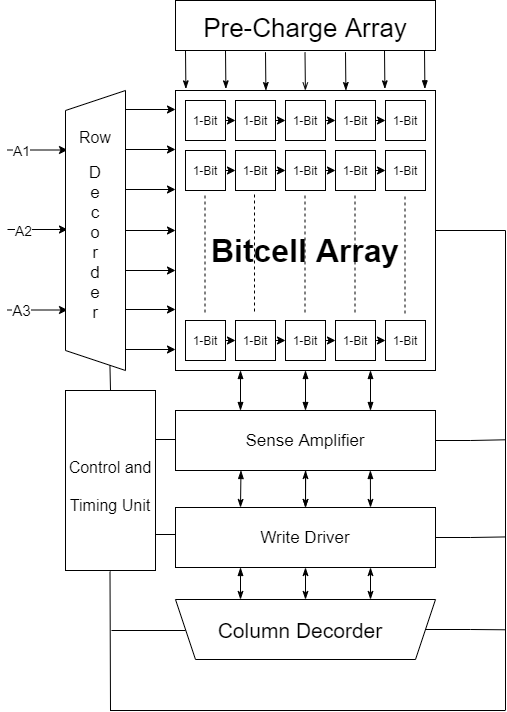
Khadgaray/6T_SRAM keeps this draw.io diagram as Images/6T_SRAM_Architecture.png. Above is the earlier version. Source tidied: cells renumbered, new cells last; positions are measured from the earlier drawing's top-left corner, leaving out a move shared by most shapes.
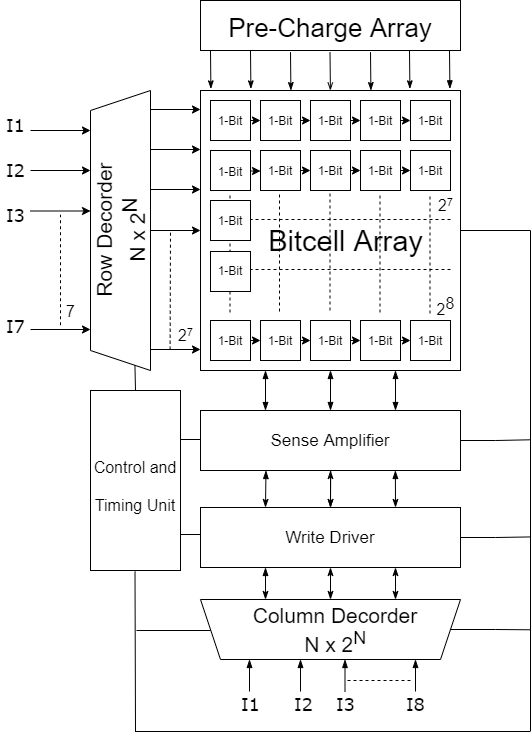
Above is the later version.

Change to the diagram source:
```diff
@@ -74,12 +74,6 @@
         <mxPoint x="220" y="210" as="targetPoint" />
       </mxGeometry>
     </mxCell>
-    <mxCell id="22" style="endArrow=none;dashed=1;html=1;" parent="1" edge="1">
-      <mxGeometry relative="1" as="geometry">
-        <mxPoint x="349.5" y="312" as="sourcePoint" />
-        <mxPoint x="349.5" y="192" as="targetPoint" />
-      </mxGeometry>
-    </mxCell>
     <mxCell id="23" style="endArrow=none;dashed=1;html=1;" parent="1" edge="1">
       <mxGeometry relative="1" as="geometry">
         <mxPoint x="299" y="311" as="sourcePoint" />
@@ -102,7 +96,7 @@
       <mxGeometry relative="1" as="geometry" />
     </mxCell>
     <mxCell id="29" value="1-Bit" style="text;html=1;strokeColor=none;fillColor=none;align=center;verticalAlign=middle;whiteSpace=wrap;rounded=0;" parent="1" vertex="1">
-      <mxGeometry x="230" y="160" width="40" height="20" as="geometry" />
+      <mxGeometry x="230" y="161" width="40" height="19" as="geometry" />
     </mxCell>
     <mxCell id="30" style="edgeStyle=orthogonalEdgeStyle;rounded=0;jettySize=auto;html=1;exitX=1;exitY=0.5;exitDx=0;exitDy=0;entryX=0;entryY=0.5;entryDx=0;entryDy=0;" parent="1" edge="1" source="31" target="38">
       <mxGeometry relative="1" as="geometry" />
@@ -191,18 +185,6 @@
         <mxPoint x="170" y="230" as="targetPoint" />
       </mxGeometry>
     </mxCell>
-    <mxCell id="55" style="endArrow=none;startArrow=classic;html=1;endFill=0;" parent="1" edge="1">
-      <mxGeometry relative="1" as="geometry">
-        <mxPoint x="220" y="270" as="sourcePoint" />
-        <mxPoint x="170" y="270" as="targetPoint" />
-      </mxGeometry>
-    </mxCell>
-    <mxCell id="56" style="endArrow=none;startArrow=classic;html=1;endFill=0;" parent="1" edge="1">
-      <mxGeometry relative="1" as="geometry">
-        <mxPoint x="220" y="309" as="sourcePoint" />
-        <mxPoint x="170" y="309" as="targetPoint" />
-      </mxGeometry>
-    </mxCell>
     <mxCell id="57" style="endArrow=none;startArrow=classic;html=1;endFill=0;" parent="1" edge="1">
       <mxGeometry relative="1" as="geometry">
         <mxPoint x="220" y="349" as="sourcePoint" />
@@ -211,31 +193,22 @@
     </mxCell>
     <mxCell id="58" style="endArrow=classic;html=1;" parent="1" edge="1">
       <mxGeometry relative="1" as="geometry">
-        <mxPoint x="52" y="149.5" as="sourcePoint" />
-        <mxPoint x="112" y="149.5" as="targetPoint" />
+        <mxPoint x="50" y="130" as="sourcePoint" />
+        <mxPoint x="110" y="130" as="targetPoint" />
       </mxGeometry>
     </mxCell>
-    <mxCell id="59" value="&lt;font style=&quot;font-size: 14px&quot;&gt;A1&lt;/font&gt;" style="edgeLabel;html=1;align=center;verticalAlign=middle;fontSize=14;" parent="58" vertex="1">
-      <mxGeometry x="-0.57" relative="1" as="geometry" />
-    </mxCell>
     <mxCell id="60" style="endArrow=classic;html=1;" parent="1" edge="1">
       <mxGeometry relative="1" as="geometry">
-        <mxPoint x="52" y="229" as="sourcePoint" />
-        <mxPoint x="112" y="229" as="targetPoint" />
+        <mxPoint x="50" y="170" as="sourcePoint" />
+        <mxPoint x="110" y="170" as="targetPoint" />
       </mxGeometry>
     </mxCell>
-    <mxCell id="61" value="&lt;font style=&quot;font-size: 14px&quot;&gt;A2&lt;/font&gt;" style="edgeLabel;html=1;align=center;verticalAlign=middle;" parent="60" vertex="1">
-      <mxGeometry x="-0.51" relative="1" as="geometry" />
-    </mxCell>
     <mxCell id="62" style="endArrow=classic;html=1;" parent="1" edge="1">
       <mxGeometry relative="1" as="geometry">
-        <mxPoint x="52" y="309.5" as="sourcePoint" />
-        <mxPoint x="112" y="309.5" as="targetPoint" />
+        <mxPoint x="50" y="210.5" as="sourcePoint" />
+        <mxPoint x="110" y="210.5" as="targetPoint" />
       </mxGeometry>
     </mxCell>
-    <mxCell id="63" value="&lt;font style=&quot;font-size: 15px&quot;&gt;A3&lt;/font&gt;" style="edgeLabel;html=1;align=center;verticalAlign=middle;fontSize=15;" parent="62" vertex="1">
-      <mxGeometry x="-0.57" relative="1" as="geometry" />
-    </mxCell>
     <mxCell id="64" style="edgeStyle=orthogonalEdgeStyle;rounded=0;jettySize=auto;html=1;exitX=0.25;exitY=0;exitDx=0;exitDy=0;entryX=0.25;entryY=1;entryDx=0;entryDy=0;fontSize=14;endArrow=blockThin;endFill=1;startArrow=blockThin;startFill=1;" parent="1" edge="1" source="69" target="2">
       <mxGeometry relative="1" as="geometry" />
     </mxCell>
@@ -276,15 +249,9 @@
     <mxCell id="75" style="shape=trapezoid;perimeter=trapezoidPerimeter;whiteSpace=wrap;html=1;fixedSize=1;fontSize=14;rotation=-90;" parent="1" vertex="1">
       <mxGeometry y="200" width="280" height="60" as="geometry" />
     </mxCell>
-    <mxCell id="76" value="&lt;font style=&quot;font-size: 21px&quot;&gt;Column Decorder&lt;/font&gt;" style="text;html=1;strokeColor=none;fillColor=none;align=center;verticalAlign=middle;whiteSpace=wrap;rounded=0;fontSize=14;" parent="1" vertex="1">
-      <mxGeometry x="260" y="620.5" width="170" height="19" as="geometry" />
+    <mxCell id="76" value="&lt;font style=&quot;font-size: 21px&quot;&gt;Column Decorder N x 2&lt;sup&gt;N&lt;/sup&gt;&lt;/font&gt;" style="text;html=1;strokeColor=none;fillColor=none;align=center;verticalAlign=middle;whiteSpace=wrap;rounded=0;fontSize=14;" parent="1" vertex="1">
+      <mxGeometry x="270" y="619.5" width="170" height="19" as="geometry" />
     </mxCell>
-    <mxCell id="77" value="&lt;font style=&quot;font-size: 16px&quot;&gt;Row&lt;/font&gt;&lt;br&gt;&lt;br&gt;&lt;font style=&quot;font-size: 17px&quot;&gt;D&lt;br&gt;e&lt;br&gt;c&lt;br&gt;o&lt;br&gt;r&lt;br&gt;d&lt;br&gt;e&lt;br&gt;r&lt;/font&gt;" style="text;html=1;strokeColor=none;fillColor=none;align=center;verticalAlign=middle;whiteSpace=wrap;rounded=0;fontSize=14;" parent="1" vertex="1">
-      <mxGeometry x="110" y="110" width="60" height="230" as="geometry" />
-    </mxCell>
-    <mxCell id="78" value="Bitcell Array" style="text;html=1;strokeColor=none;fillColor=none;align=center;verticalAlign=middle;whiteSpace=wrap;rounded=0;fontSize=32;fontStyle=1;" parent="1" vertex="1">
-      <mxGeometry x="220" y="200" width="260" height="100" as="geometry" />
-    </mxCell>
     <mxCell id="79" style="rounded=0;whiteSpace=wrap;html=1;fontSize=32;" parent="1" vertex="1">
       <mxGeometry x="110" y="390" width="90" height="180" as="geometry" />
     </mxCell>
@@ -308,19 +275,19 @@
     </mxCell>
     <mxCell id="84" style="endArrow=none;html=1;fontSize=32;" parent="1" edge="1">
       <mxGeometry relative="1" as="geometry">
-        <mxPoint x="155" y="710" as="sourcePoint" />
+        <mxPoint x="155" y="731" as="sourcePoint" />
         <mxPoint x="154.5" y="571" as="targetPoint" />
       </mxGeometry>
     </mxCell>
     <mxCell id="85" style="endArrow=none;html=1;fontSize=32;" parent="1" edge="1">
       <mxGeometry relative="1" as="geometry">
-        <mxPoint x="154.5" y="710" as="sourcePoint" />
-        <mxPoint x="549.5" y="710" as="targetPoint" />
+        <mxPoint x="154.5" y="731" as="sourcePoint" />
+        <mxPoint x="549.5" y="731" as="targetPoint" />
       </mxGeometry>
     </mxCell>
     <mxCell id="86" style="endArrow=none;html=1;fontSize=32;" parent="1" edge="1">
       <mxGeometry relative="1" as="geometry">
-        <mxPoint x="550" y="710" as="sourcePoint" />
+        <mxPoint x="550" y="731" as="sourcePoint" />
         <mxPoint x="550" y="230" as="targetPoint" />
       </mxGeometry>
     </mxCell>
@@ -403,5 +370,124 @@
         <mxPoint x="230" y="630" as="targetPoint" />
       </mxGeometry>
     </mxCell>
+    <mxCell id="102" style="rounded=0;whiteSpace=wrap;html=1;" parent="1" vertex="1">
+      <mxGeometry x="230" y="200" width="40" height="40" as="geometry" />
+    </mxCell>
+    <mxCell id="103" style="rounded=0;whiteSpace=wrap;html=1;" parent="1" vertex="1">
+      <mxGeometry x="230" y="251" width="40" height="40" as="geometry" />
+    </mxCell>
+    <mxCell id="104" value="1-Bit" style="text;html=1;strokeColor=none;fillColor=none;align=center;verticalAlign=middle;whiteSpace=wrap;rounded=0;" parent="1" vertex="1">
+      <mxGeometry x="230" y="210.5" width="40" height="19" as="geometry" />
+    </mxCell>
+    <mxCell id="105" value="1-Bit" style="text;html=1;strokeColor=none;fillColor=none;align=center;verticalAlign=middle;whiteSpace=wrap;rounded=0;" parent="1" vertex="1">
+      <mxGeometry x="230" y="260" width="40" height="19" as="geometry" />
+    </mxCell>
+    <mxCell id="106" style="endArrow=none;dashed=1;html=1;" parent="1" edge="1">
+      <mxGeometry relative="1" as="geometry">
+        <mxPoint x="349.5" y="310" as="sourcePoint" />
+        <mxPoint x="349.5" y="190" as="targetPoint" />
+      </mxGeometry>
+    </mxCell>
+    <mxCell id="78" value="&lt;font style=&quot;font-size: 29px;&quot;&gt;Bitcell Array&lt;/font&gt;" style="text;html=1;align=center;verticalAlign=middle;strokeColor=none;fillColor=none;fontSize=29;" parent="1" vertex="1">
+      <mxGeometry x="280" y="220" width="170" height="40" as="geometry" />
+    </mxCell>
+    <mxCell id="107" style="endArrow=none;dashed=1;html=1;" parent="1" edge="1">
+      <mxGeometry relative="1" as="geometry">
+        <mxPoint x="470" y="219" as="sourcePoint" />
+        <mxPoint x="270" y="219" as="targetPoint" />
+      </mxGeometry>
+    </mxCell>
+    <mxCell id="108" style="endArrow=none;dashed=1;html=1;" parent="1" edge="1">
+      <mxGeometry relative="1" as="geometry">
+        <mxPoint x="470" y="269" as="sourcePoint" />
+        <mxPoint x="270" y="269" as="targetPoint" />
+      </mxGeometry>
+    </mxCell>
+    <mxCell id="109" value="2&lt;span style=&quot;font-size: 16px;&quot;&gt;&lt;sup style=&quot;font-size: 16px;&quot;&gt;8&lt;/sup&gt;&lt;/span&gt;" style="text;html=1;align=center;verticalAlign=middle;strokeColor=none;fillColor=none;fontSize=16;" parent="1" vertex="1">
+      <mxGeometry x="450" y="291" width="30" height="30" as="geometry" />
+    </mxCell>
+    <mxCell id="110" value="2&lt;span style=&quot;font-size: 13.3333px&quot;&gt;&lt;sup&gt;7&lt;/sup&gt;&lt;/span&gt;" style="text;html=1;align=center;verticalAlign=middle;strokeColor=none;fillColor=none;fontSize=16;" parent="1" vertex="1">
+      <mxGeometry x="450" y="190" width="30" height="30" as="geometry" />
+    </mxCell>
+    <mxCell id="111" style="endArrow=none;dashed=1;html=1;" parent="1" edge="1">
+      <mxGeometry relative="1" as="geometry">
+        <mxPoint x="80" y="324.8" as="sourcePoint" />
+        <mxPoint x="80" y="214.2" as="targetPoint" />
+      </mxGeometry>
+    </mxCell>
+    <mxCell id="112" style="endArrow=classic;html=1;" parent="1" edge="1">
+      <mxGeometry relative="1" as="geometry">
+        <mxPoint x="50" y="329" as="sourcePoint" />
+        <mxPoint x="110" y="329" as="targetPoint" />
+      </mxGeometry>
+    </mxCell>
+    <mxCell id="113" value="7" style="text;html=1;align=center;verticalAlign=middle;strokeColor=none;fillColor=none;fontSize=16;" parent="1" vertex="1">
+      <mxGeometry x="80" y="301" width="20" height="20" as="geometry" />
+    </mxCell>
+    <mxCell id="114" style="endArrow=none;dashed=1;html=1;exitX=-0.013;exitY=0.973;exitDx=0;exitDy=0;exitPerimeter=0;" parent="1" edge="1" source="115">
+      <mxGeometry relative="1" as="geometry">
+        <mxPoint x="190" y="229.5" as="targetPoint" />
+      </mxGeometry>
+    </mxCell>
+    <mxCell id="115" value="2&lt;span style=&quot;font-size: 13.3333px&quot;&gt;&lt;sup&gt;7&lt;/sup&gt;&lt;/span&gt;" style="text;html=1;align=center;verticalAlign=middle;points=[];strokeColor=none;fillColor=none;fontSize=16;" parent="1" vertex="1">
+      <mxGeometry x="190" y="320" width="30" height="30" as="geometry" />
+    </mxCell>
+    <mxCell id="116" value="Row Decorder&lt;br style=&quot;font-size: 21px&quot;&gt;N x 2&lt;sup style=&quot;font-size: 21px&quot;&gt;N&lt;/sup&gt;" style="text;html=1;align=center;verticalAlign=middle;strokeColor=none;fillColor=none;fontSize=21;rotation=-90;" parent="1" vertex="1">
+      <mxGeometry x="65" y="200" width="150" height="60" as="geometry" />
+    </mxCell>
+    <mxCell id="117" value="I1" style="text;html=1;align=center;verticalAlign=middle;strokeColor=none;fillColor=none;fontSize=18;fontFamily=Verdana;" parent="1" vertex="1">
+      <mxGeometry x="20" y="110" width="30" height="30" as="geometry" />
+    </mxCell>
+    <mxCell id="118" value="I2" style="text;html=1;align=center;verticalAlign=middle;strokeColor=none;fillColor=none;fontSize=18;fontFamily=Verdana;" parent="1" vertex="1">
+      <mxGeometry x="20" y="155" width="30" height="30" as="geometry" />
+    </mxCell>
+    <mxCell id="119" value="I3" style="text;html=1;align=center;verticalAlign=middle;strokeColor=none;fillColor=none;fontSize=18;fontFamily=Verdana;" parent="1" vertex="1">
+      <mxGeometry x="20" y="199.5" width="30" height="30" as="geometry" />
+    </mxCell>
+    <mxCell id="120" value="I7" style="text;html=1;align=center;verticalAlign=middle;strokeColor=none;fillColor=none;fontSize=18;fontFamily=Verdana;" parent="1" vertex="1">
+      <mxGeometry x="20" y="311" width="30" height="30" as="geometry" />
+    </mxCell>
+    <mxCell id="121" value="I1" style="text;html=1;align=center;verticalAlign=middle;strokeColor=none;fillColor=none;fontSize=18;fontFamily=Verdana;" parent="1" vertex="1">
+      <mxGeometry x="255" y="689" width="30" height="30" as="geometry" />
+    </mxCell>
+    <mxCell id="122" value="I2" style="text;html=1;align=center;verticalAlign=middle;strokeColor=none;fillColor=none;fontSize=18;fontFamily=Verdana;" parent="1" vertex="1">
+      <mxGeometry x="308" y="689" width="30" height="30" as="geometry" />
+    </mxCell>
+    <mxCell id="123" value="I3" style="text;html=1;align=center;verticalAlign=middle;strokeColor=none;fillColor=none;fontSize=18;fontFamily=Verdana;" parent="1" vertex="1">
+      <mxGeometry x="350" y="689" width="30" height="30" as="geometry" />
+    </mxCell>
+    <mxCell id="124" value="I8" style="text;html=1;align=center;verticalAlign=middle;strokeColor=none;fillColor=none;fontSize=18;fontFamily=Verdana;" parent="1" vertex="1">
+      <mxGeometry x="420" y="689" width="30" height="30" as="geometry" />
+    </mxCell>
+    <mxCell id="125" style="endArrow=none;html=1;fontFamily=Verdana;fontSize=18;startArrow=blockThin;startFill=1;" parent="1" edge="1">
+      <mxGeometry relative="1" as="geometry">
+        <mxPoint x="269" y="659" as="sourcePoint" />
+        <mxPoint x="269" y="691" as="targetPoint" />
+      </mxGeometry>
+    </mxCell>
+    <mxCell id="126" style="endArrow=none;html=1;fontFamily=Verdana;fontSize=18;startArrow=blockThin;startFill=1;" parent="1" edge="1">
+      <mxGeometry relative="1" as="geometry">
+        <mxPoint x="320" y="659" as="sourcePoint" />
+        <mxPoint x="320" y="691" as="targetPoint" />
+      </mxGeometry>
+    </mxCell>
+    <mxCell id="127" style="endArrow=none;html=1;fontFamily=Verdana;fontSize=18;startArrow=blockThin;startFill=1;" parent="1" edge="1">
+      <mxGeometry relative="1" as="geometry">
+        <mxPoint x="364.5" y="659" as="sourcePoint" />
+        <mxPoint x="364.5" y="691" as="targetPoint" />
+      </mxGeometry>
+    </mxCell>
+    <mxCell id="128" style="endArrow=none;html=1;fontFamily=Verdana;fontSize=18;startArrow=blockThin;startFill=1;" parent="1" edge="1">
+      <mxGeometry relative="1" as="geometry">
+        <mxPoint x="435" y="659" as="sourcePoint" />
+        <mxPoint x="435" y="691" as="targetPoint" />
+      </mxGeometry>
+    </mxCell>
+    <mxCell id="129" style="endArrow=none;dashed=1;html=1;" parent="1" edge="1">
+      <mxGeometry relative="1" as="geometry">
+        <mxPoint x="430" y="680" as="sourcePoint" />
+        <mxPoint x="365" y="680" as="targetPoint" />
+      </mxGeometry>
+    </mxCell>
   </root>
 </mxGraphModel>
```
